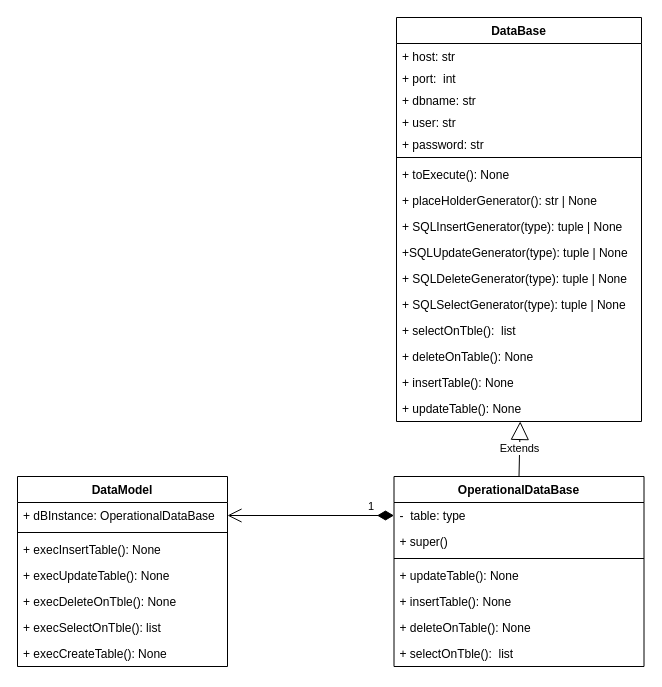
Earlier version of the draw.io diagram page "Diagrama de Classes Banco Dados" (3 of 7) of EstruturaObtencaoDeDados.drawio (Fat83dotcom/Interface_Estacao). Source tidied: cells renumbered, new cells numbered last; positions are measured from the earlier drawing's top-left corner, leaving out a move shared by most shapes. Both pictures are drawn from the tidied source at 100%, with x=0, y=0 at pixel (17, 17).
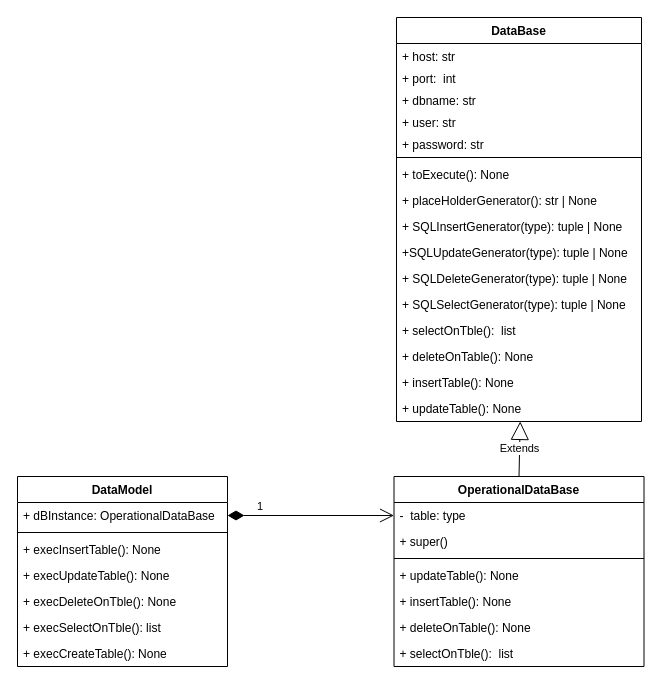
The same diagram, later.

The change refers to these unchanged cells:
```xml
<mxCell id="3" value="-  table: type" style="text;strokeColor=none;fillColor=none;align=left;verticalAlign=top;spacingLeft=4;spacingRight=4;overflow=hidden;points=[[0,0.5],[1,0.5]];portConstraint=eastwest;" parent="2" vertex="1">
  <mxGeometry y="26" width="250" height="26" as="geometry" />
</mxCell>
<mxCell id="29" value="+ dBInstance: OperationalDataBase" style="text;strokeColor=none;fillColor=none;align=left;verticalAlign=top;spacingLeft=4;spacingRight=4;overflow=hidden;points=[[0,0.5],[1,0.5]];portConstraint=eastwest;" parent="28" vertex="1">
  <mxGeometry y="26" width="210" height="26" as="geometry" />
</mxCell>
```

What changed in the source:
```diff
@@
-    <mxCell id="36" value="1" style="endArrow=open;html=1;endSize=12;startArrow=diamondThin;startSize=14;startFill=1;edgeStyle=orthogonalEdgeStyle;align=left;verticalAlign=bottom;rounded=0;exitX=0;exitY=0.5;exitDx=0;exitDy=0;entryX=1;entryY=0.5;entryDx=0;entryDy=0;" parent="1" edge="1" source="3" target="29">
+    <mxCell id="36" value="1" style="endArrow=open;html=1;endSize=12;startArrow=diamondThin;startSize=14;startFill=1;edgeStyle=orthogonalEdgeStyle;align=left;verticalAlign=bottom;rounded=0;exitX=1;exitY=0.5;exitDx=0;exitDy=0;entryX=0;entryY=0.5;entryDx=0;entryDy=0;" parent="1" edge="1" source="29" target="3">
       <mxGeometry x="-0.66" relative="1" as="geometry" />
     </mxCell>
```
